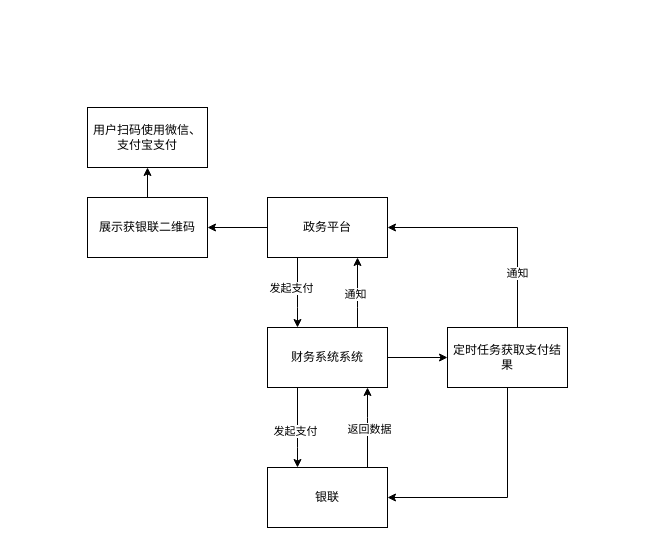
This is 支付.drawio from zhangfengman/autoJs, a draw.io file, before an edit. Source tidied: cells renumbered, new cells numbered last; positions are measured from the earlier drawing's top-left corner, leaving out a move shared by most shapes. Both pictures are drawn from the tidied source at 100%, with x=0, y=0 at pixel (87, 107).
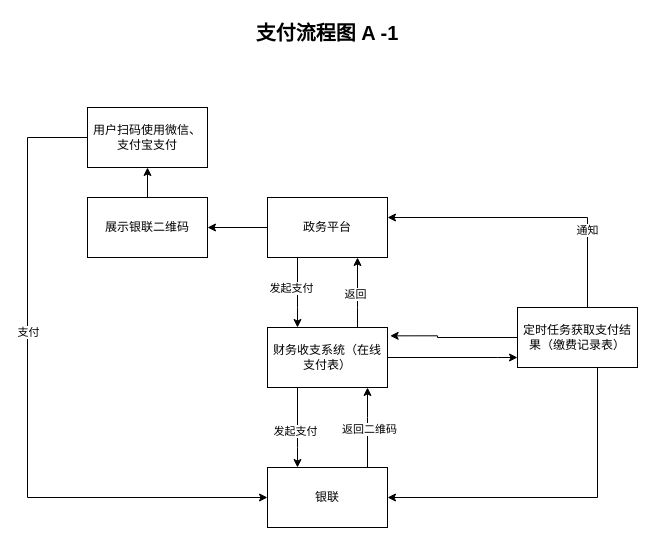
The same page after the edit.

The change refers to these unchanged cells:
```xml
<mxCell id="5" value="政务平台" style="rounded=0;whiteSpace=wrap;html=1;" parent="1" vertex="1">
  <mxGeometry x="180" y="90" width="120" height="60" as="geometry" />
</mxCell>
<mxCell id="9" style="edgeStyle=orthogonalEdgeStyle;rounded=0;jettySize=auto;html=1;entryX=0.75;entryY=1;entryDx=0;entryDy=0;" parent="1" edge="1" source="11" target="5">
  <mxGeometry relative="1" as="geometry">
    <Array as="points">
      <mxPoint x="270" y="200" />
      <mxPoint x="270" y="200" />
    </Array>
  </mxGeometry>
</mxCell>
<mxCell id="12" style="edgeStyle=orthogonalEdgeStyle;rounded=0;jettySize=auto;html=1;" parent="1" edge="1" source="14" target="11">
  <mxGeometry relative="1" as="geometry">
    <Array as="points">
      <mxPoint x="280" y="310" />
      <mxPoint x="280" y="310" />
    </Array>
  </mxGeometry>
</mxCell>
<mxCell id="14" value="银联" style="rounded=0;whiteSpace=wrap;html=1;" parent="1" vertex="1">
  <mxGeometry x="180" y="360" width="120" height="60" as="geometry" />
</mxCell>
<mxCell id="17" value="用户扫码使用微信、支付宝支付" style="rounded=0;whiteSpace=wrap;html=1;" parent="1" vertex="1">
  <mxGeometry width="120" height="60" as="geometry" />
</mxCell>
```

Diff of the diagram source:
```diff
@@
     <mxCell id="8" style="edgeStyle=orthogonalEdgeStyle;rounded=0;jettySize=auto;html=1;" parent="1" edge="1" source="11" target="21">
-      <mxGeometry relative="1" as="geometry" />
+      <mxGeometry relative="1" as="geometry">
+        <Array as="points">
+          <mxPoint x="410" y="250" />
+          <mxPoint x="410" y="250" />
+        </Array>
+      </mxGeometry>
     </mxCell>
@@
-    <mxCell id="10" value="通知" style="edgeLabel;html=1;align=center;verticalAlign=middle;" parent="9" vertex="1">
+    <mxCell id="10" value="返回" style="edgeLabel;html=1;align=center;verticalAlign=middle;" parent="9" vertex="1">
       <mxGeometry x="-0.03" y="3" relative="1" as="geometry" />
     </mxCell>
-    <mxCell id="11" value="财务系统系统" style="rounded=0;whiteSpace=wrap;html=1;" parent="1" vertex="1">
+    <mxCell id="11" value="财务收支系统（在线支付表）" style="rounded=0;whiteSpace=wrap;html=1;" parent="1" vertex="1">
       <mxGeometry x="180" y="220" width="120" height="60" as="geometry" />
     </mxCell>
@@
-    <mxCell id="13" value="返回数据" style="edgeLabel;html=1;align=center;verticalAlign=middle;" parent="12" vertex="1">
+    <mxCell id="13" value="返回二维码" style="edgeLabel;html=1;align=center;verticalAlign=middle;" parent="12" vertex="1">
       <mxGeometry x="-0.03" y="-1" relative="1" as="geometry" />
     </mxCell>
@@
-    <mxCell id="16" value="展示获银联二维码" style="rounded=0;whiteSpace=wrap;html=1;" parent="1" vertex="1">
+    <mxCell id="16" value="展示银联二维码" style="rounded=0;whiteSpace=wrap;html=1;" parent="1" vertex="1">
       <mxGeometry y="90" width="120" height="60" as="geometry" />
     </mxCell>
+    <mxCell id="22" style="edgeStyle=orthogonalEdgeStyle;rounded=0;jettySize=auto;html=1;" parent="1" edge="1" source="17" target="14">
+      <mxGeometry relative="1" as="geometry">
+        <Array as="points">
+          <mxPoint x="-60" y="30" />
+          <mxPoint x="-60" y="390" />
+        </Array>
+      </mxGeometry>
+    </mxCell>
+    <mxCell id="23" value="支付" style="edgeLabel;html=1;align=center;verticalAlign=middle;" parent="22" vertex="1">
+      <mxGeometry x="-0.23" relative="1" as="geometry" />
+    </mxCell>
@@
     <mxCell id="18" style="edgeStyle=orthogonalEdgeStyle;rounded=0;jettySize=auto;html=1;" parent="1" edge="1" source="21" target="14">
       <mxGeometry relative="1" as="geometry">
         <Array as="points">
-          <mxPoint x="420" y="390" />
+          <mxPoint x="510" y="390" />
         </Array>
       </mxGeometry>
     </mxCell>
-    <mxCell id="19" style="edgeStyle=orthogonalEdgeStyle;rounded=0;jettySize=auto;html=1;exitX=0.5;exitY=0;exitDx=0;exitDy=0;" parent="1" edge="1" source="21" target="5">
+    <mxCell id="19" style="edgeStyle=orthogonalEdgeStyle;rounded=0;jettySize=auto;html=1;" parent="1" edge="1" source="21">
       <mxGeometry relative="1" as="geometry">
+        <mxPoint x="300" y="110" as="targetPoint" />
         <Array as="points">
-          <mxPoint x="430" y="220" />
-          <mxPoint x="430" y="120" />
+          <mxPoint x="500" y="110" />
         </Array>
       </mxGeometry>
     </mxCell>
@@
-    <mxCell id="21" value="定时任务获取支付结果" style="rounded=0;whiteSpace=wrap;html=1;" parent="1" vertex="1">
-      <mxGeometry x="360" y="220" width="120" height="60" as="geometry" />
+    <mxCell id="21" value="定时任务获取支付结果（缴费记录表）" style="rounded=0;whiteSpace=wrap;html=1;" parent="1" vertex="1">
+      <mxGeometry x="430" y="200" width="120" height="60" as="geometry" />
     </mxCell>
+    <mxCell id="24" value="支付流程图 A -1" style="text;html=1;align=center;verticalAlign=middle;whiteSpace=wrap;rounded=0;fontSize=20;fontStyle=1;" parent="1" vertex="1">
+      <mxGeometry x="95" y="-90" width="290" height="30" as="geometry" />
+    </mxCell>
+    <mxCell id="25" style="edgeStyle=orthogonalEdgeStyle;rounded=0;jettySize=auto;html=1;entryX=1.022;entryY=0.139;entryDx=0;entryDy=0;entryPerimeter=0;" parent="1" edge="1" source="21" target="11">
+      <mxGeometry relative="1" as="geometry">
+        <Array as="points">
+          <mxPoint x="350" y="230" />
+          <mxPoint x="350" y="228" />
+        </Array>
+      </mxGeometry>
+    </mxCell>
```
